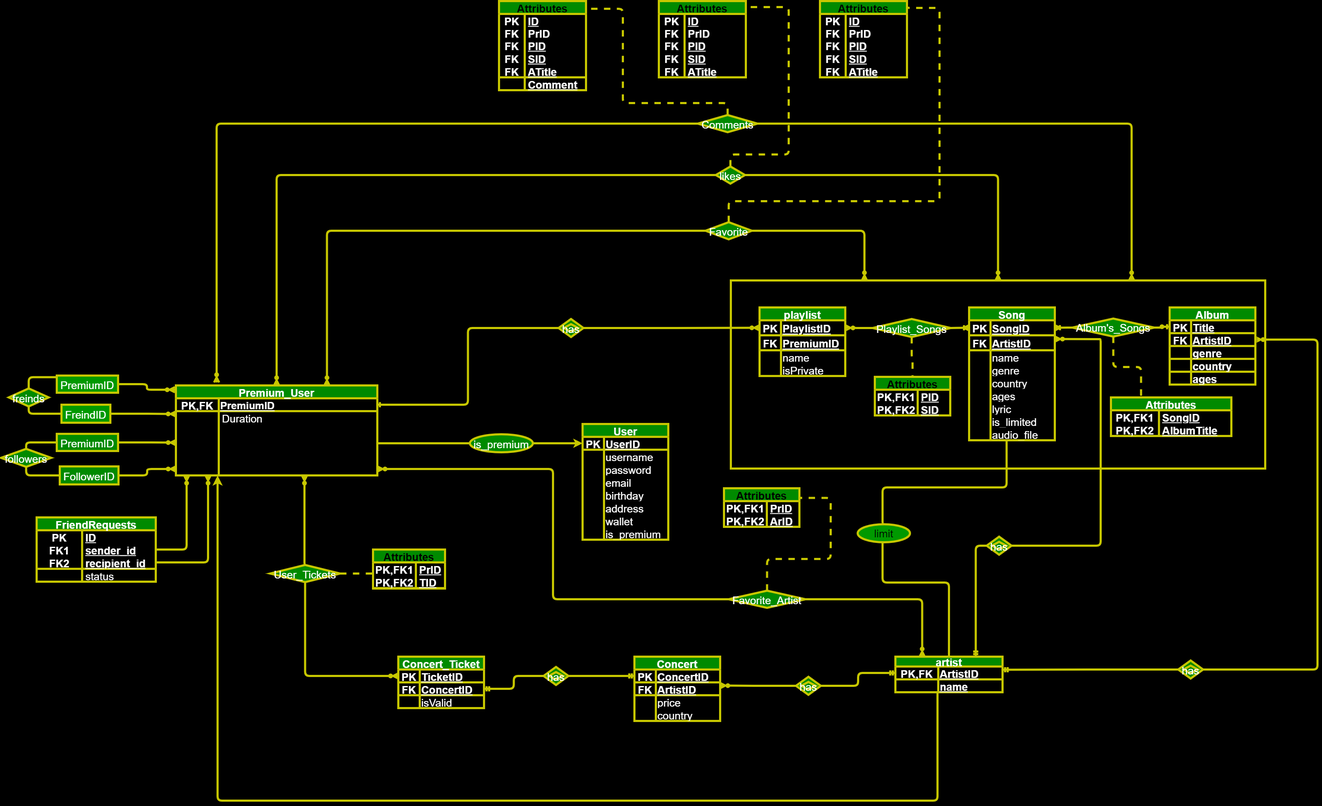
danialmd81/spotify keeps this draw.io diagram as ER/ER-diagram-spotify.png. Above is the earlier version. Source tidied: cells renumbered, new cells last; positions are measured from the earlier drawing's top-left corner, leaving out a move shared by most shapes.
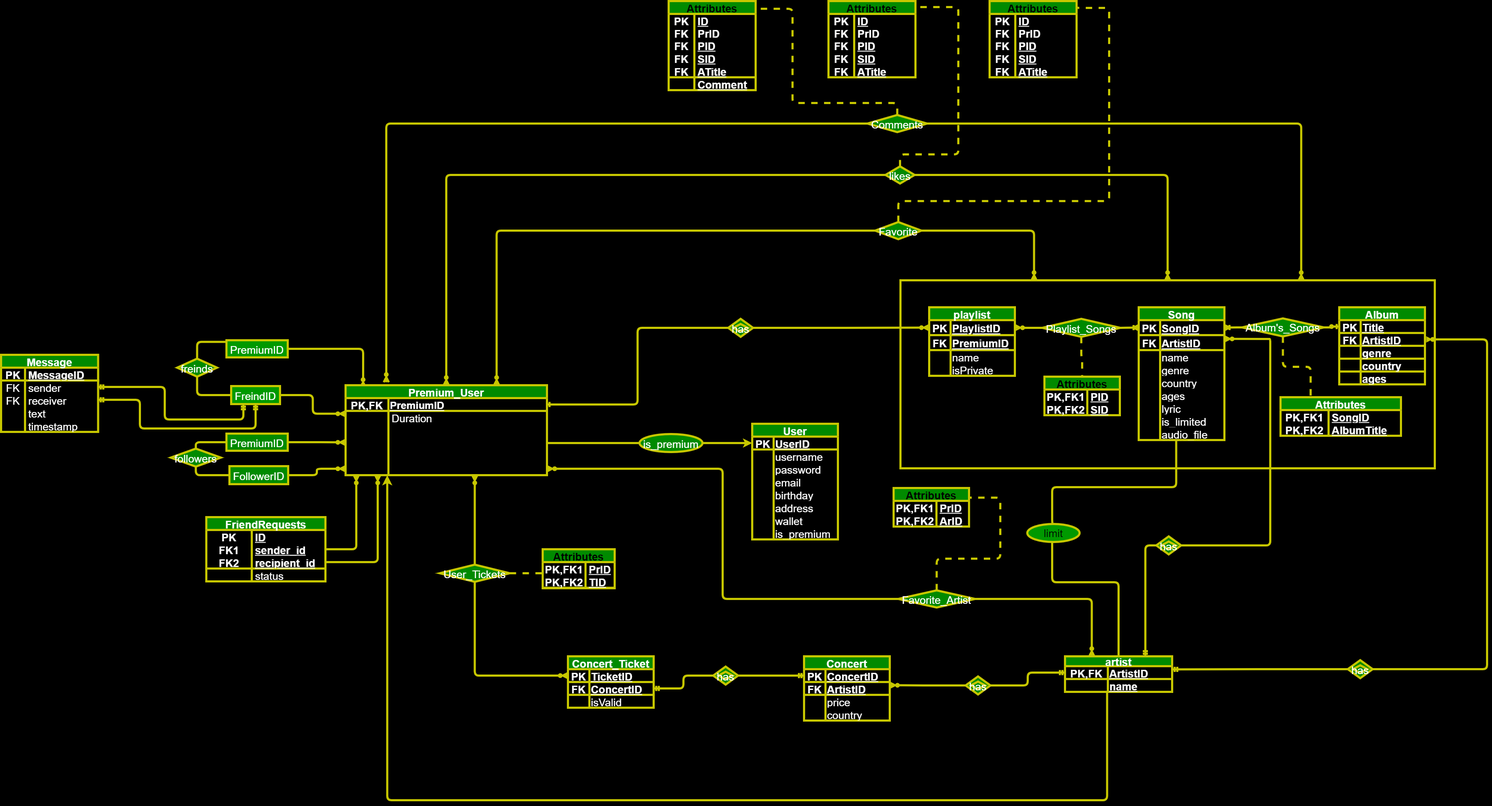
After the commit.

Commit message:
add message table

The edit, as a diff of the source:
```diff
@@ -81,12 +81,12 @@
       <mxGeometry x="50" width="150" height="30" as="geometry" />
     </mxCell>
     <mxCell id="28" value="freinds" style="rhombus;labelBackgroundColor=none;fillColor=#008a00;strokeColor=#C7C700;fontColor=#ffffff;rounded=0;strokeWidth=5;swimlaneLine=1;fixDash=0;snapToPoint=0;comic=0;enumerate=0;backgroundOutline=0;fontSize=25;labelBorderColor=none;direction=north;perimeterSpacing=0;swimlaneFillColor=#000000;spacingTop=0;spacingLeft=2;spacingRight=2;" parent="1" vertex="1">
-      <mxGeometry x="18" y="904" width="93" height="42" as="geometry" />
+      <mxGeometry x="15" y="835" width="93" height="42" as="geometry" />
     </mxCell>
     <mxCell id="29" style="endArrow=ERzeroToMany;labelBackgroundColor=none;strokeColor=#C7C700;fontColor=#FFFFFF;edgeStyle=orthogonalEdgeStyle;endFill=0;entryX=0;entryY=0.221;entryDx=0;entryDy=0;strokeWidth=5;swimlaneLine=1;fixDash=0;snapToPoint=0;comic=0;enumerate=0;backgroundOutline=0;fontSize=25;labelBorderColor=none;startArrow=none;rounded=1;spacingTop=0;spacingLeft=2;spacingRight=2;exitX=1;exitY=0.5;exitDx=0;exitDy=0;entryPerimeter=0;" parent="1" edge="1" source="155" target="162">
       <mxGeometry relative="1" as="geometry" />
     </mxCell>
-    <mxCell id="30" style="endArrow=ERzeroToMany;labelBackgroundColor=none;strokeColor=#C7C700;fontColor=#FFFFFF;endFill=0;exitX=1;exitY=0.5;exitDx=0;exitDy=0;entryX=-0.005;entryY=0.048;entryDx=0;entryDy=0;strokeWidth=5;swimlaneLine=1;fixDash=0;snapToPoint=0;comic=0;enumerate=0;backgroundOutline=0;fontSize=25;labelBorderColor=none;startArrow=none;rounded=1;spacingTop=0;spacingLeft=2;spacingRight=2;entryPerimeter=0;edgeStyle=orthogonalEdgeStyle;" parent="1" edge="1" source="157" target="158">
+    <mxCell id="30" style="endArrow=ERzeroToMany;labelBackgroundColor=none;strokeColor=#C7C700;fontColor=#FFFFFF;endFill=0;exitX=1;exitY=0.5;exitDx=0;exitDy=0;entryX=0.087;entryY=0.024;entryDx=0;entryDy=0;strokeWidth=5;swimlaneLine=1;fixDash=0;snapToPoint=0;comic=0;enumerate=0;backgroundOutline=0;fontSize=25;labelBorderColor=none;startArrow=none;rounded=1;spacingTop=0;spacingLeft=2;spacingRight=2;entryPerimeter=0;edgeStyle=orthogonalEdgeStyle;" parent="1" edge="1" source="157" target="158">
       <mxGeometry relative="1" as="geometry" />
     </mxCell>
     <mxCell id="31" value="followers" style="rhombus;labelBackgroundColor=none;fillColor=#008a00;strokeColor=#C7C700;fontColor=#ffffff;rounded=0;strokeWidth=5;swimlaneLine=1;fixDash=0;snapToPoint=0;comic=0;enumerate=0;backgroundOutline=0;fontSize=25;labelBorderColor=none;direction=south;perimeterSpacing=0;swimlaneFillColor=#000000;spacingTop=0;spacingLeft=2;spacingRight=2;" parent="1" vertex="1">
@@ -519,13 +519,13 @@
       <mxGeometry relative="1" as="geometry" />
     </mxCell>
     <mxCell id="155" value="FreindID" style="text;align=center;verticalAlign=middle;rounded=0;labelBackgroundColor=none;fontColor=#FFFFFF;fillColor=#009900;strokeColor=#C7C700;strokeWidth=5;swimlaneLine=1;fixDash=0;snapToPoint=0;comic=0;enumerate=0;backgroundOutline=0;fontSize=25;labelBorderColor=none;perimeterSpacing=0;swimlaneFillColor=#000000;spacingTop=0;spacingLeft=2;spacingRight=2;" parent="1" vertex="1">
-      <mxGeometry x="141" y="942" width="114" height="42" as="geometry" />
+      <mxGeometry x="141" y="899" width="114" height="42" as="geometry" />
     </mxCell>
     <mxCell id="156" style="endArrow=none;labelBackgroundColor=none;strokeColor=#C7C700;fontColor=#FFFFFF;edgeStyle=orthogonalEdgeStyle;endFill=0;exitX=1;exitY=0.5;exitDx=0;exitDy=0;entryX=0.001;entryY=0.096;entryDx=0;entryDy=0;entryPerimeter=0;strokeWidth=5;swimlaneLine=1;fixDash=0;snapToPoint=0;comic=0;enumerate=0;backgroundOutline=0;fontSize=25;labelBorderColor=none;rounded=1;spacingTop=0;spacingLeft=2;spacingRight=2;" parent="1" edge="1" source="28" target="157">
       <mxGeometry relative="1" as="geometry" />
     </mxCell>
     <mxCell id="157" value="PremiumID" style="text;align=center;verticalAlign=middle;rounded=0;labelBackgroundColor=none;fontColor=#FFFFFF;fillColor=#009900;strokeColor=#C7C700;strokeWidth=5;swimlaneLine=1;fixDash=0;snapToPoint=0;comic=0;enumerate=0;backgroundOutline=0;fontSize=25;labelBorderColor=none;perimeterSpacing=0;swimlaneFillColor=#000000;spacingTop=0;spacingLeft=2;spacingRight=2;" parent="1" vertex="1">
-      <mxGeometry x="130" y="874" width="143" height="40" as="geometry" />
+      <mxGeometry x="130" y="792" width="143" height="40" as="geometry" />
     </mxCell>
     <mxCell id="158" value="Premium_User" style="shape=table;startSize=30;rowLines=0;fontStyle=1;align=center;rounded=0;labelBackgroundColor=none;labelBorderColor=none;comic=0;strokeColor=#C7C700;strokeWidth=5;fontFamily=Helvetica;fontSize=25;fontColor=#ffffff;fillColor=#008a00;spacingTop=0;spacingLeft=2;spacingRight=2;" parent="1" vertex="1">
       <mxGeometry x="408" y="897" width="470" height="210" as="geometry" />
@@ -934,5 +934,71 @@
     <mxCell id="291" style="endArrow=ERzeroToMany;labelBackgroundColor=none;strokeColor=#C7C700;fontColor=#FFFFFF;endFill=0;strokeWidth=5;swimlaneLine=1;fixDash=0;snapToPoint=0;comic=0;enumerate=0;backgroundOutline=0;fontSize=25;labelBorderColor=none;startArrow=none;rounded=1;spacingTop=0;spacingLeft=2;spacingRight=2;edgeStyle=orthogonalEdgeStyle;exitX=1;exitY=0.5;exitDx=0;exitDy=0;entryX=0.75;entryY=1;entryDx=0;entryDy=0;" parent="1" edge="1" source="284" target="175">
       <mxGeometry relative="1" as="geometry" />
     </mxCell>
+    <mxCell id="292" value="Message" style="shape=table;startSize=30;rowLines=0;fontStyle=1;align=center;rounded=0;labelBackgroundColor=none;labelBorderColor=none;comic=0;strokeColor=#C7C700;strokeWidth=5;fontFamily=Helvetica;fontSize=25;fontColor=#ffffff;fillColor=#008a00;" parent="1" vertex="1">
+      <mxGeometry x="-396" y="826" width="226.6" height="180" as="geometry" />
+    </mxCell>
+    <mxCell id="293" style="shape=tableRow;horizontal=0;startSize=0;swimlaneHead=0;swimlaneBody=0;fillColor=none;top=0;left=0;right=0;bottom=1;rounded=0;labelBackgroundColor=none;labelBorderColor=none;comic=0;strokeColor=#C7C700;strokeWidth=5;fontFamily=Helvetica;fontSize=25;fontColor=#ffffff;" parent="292" vertex="1">
+      <mxGeometry y="30" width="226.6" height="30" as="geometry" />
+    </mxCell>
+    <mxCell id="294" value="PK" style="shape=partialRectangle;fillColor=none;top=0;left=0;bottom=0;right=0;fontStyle=1;overflow=hidden;rounded=0;labelBackgroundColor=none;labelBorderColor=none;comic=0;strokeColor=#C7C700;strokeWidth=5;fontFamily=Helvetica;fontSize=25;fontColor=#ffffff;startSize=30;" parent="293" vertex="1">
+      <mxGeometry width="55.9" height="30" as="geometry" />
+    </mxCell>
+    <mxCell id="295" value="MessageID" style="shape=partialRectangle;fillColor=none;top=0;left=0;bottom=0;right=0;align=left;spacingLeft=6;fontStyle=5;overflow=hidden;rounded=0;labelBackgroundColor=none;labelBorderColor=none;comic=0;strokeColor=#C7C700;strokeWidth=5;fontFamily=Helvetica;fontSize=25;fontColor=#ffffff;startSize=30;" parent="293" vertex="1">
+      <mxGeometry x="55.9" width="170.7" height="30" as="geometry" />
+    </mxCell>
+    <mxCell id="296" style="shape=tableRow;horizontal=0;startSize=0;swimlaneHead=0;swimlaneBody=0;fillColor=none;points=[[0,0.5],[1,0.5]];portConstraint=eastwest;top=0;left=0;right=0;bottom=0;rounded=0;labelBackgroundColor=none;labelBorderColor=none;comic=0;strokeColor=#C7C700;strokeWidth=5;fontFamily=Helvetica;fontSize=25;fontColor=#ffffff;" parent="292" vertex="1">
+      <mxGeometry y="60" width="226.6" height="30" as="geometry" />
+    </mxCell>
+    <mxCell id="297" value="FK" style="shape=partialRectangle;fillColor=none;top=0;left=0;bottom=0;right=0;overflow=hidden;rounded=0;labelBackgroundColor=none;labelBorderColor=none;comic=0;strokeColor=#C7C700;strokeWidth=5;fontFamily=Helvetica;fontSize=25;fontColor=#ffffff;startSize=30;" parent="296" vertex="1">
+      <mxGeometry width="55.9" height="30" as="geometry" />
+    </mxCell>
+    <mxCell id="298" value="sender" style="shape=partialRectangle;fillColor=none;top=0;left=0;bottom=0;right=0;align=left;spacingLeft=6;overflow=hidden;rounded=0;labelBackgroundColor=none;labelBorderColor=none;comic=0;strokeColor=#C7C700;strokeWidth=5;fontFamily=Helvetica;fontSize=25;fontColor=#ffffff;startSize=30;" parent="296" vertex="1">
+      <mxGeometry x="55.9" width="170.7" height="30" as="geometry" />
+    </mxCell>
+    <mxCell id="299" style="shape=tableRow;horizontal=0;startSize=0;swimlaneHead=0;swimlaneBody=0;fillColor=none;points=[[0,0.5],[1,0.5]];portConstraint=eastwest;top=0;left=0;right=0;bottom=0;rounded=0;labelBackgroundColor=none;labelBorderColor=none;comic=0;strokeColor=#C7C700;strokeWidth=5;fontFamily=Helvetica;fontSize=25;fontColor=#ffffff;" parent="292" vertex="1">
+      <mxGeometry y="90" width="226.6" height="30" as="geometry" />
+    </mxCell>
+    <mxCell id="300" value="FK" style="shape=partialRectangle;fillColor=none;top=0;left=0;bottom=0;right=0;overflow=hidden;rounded=0;labelBackgroundColor=none;labelBorderColor=none;comic=0;strokeColor=#C7C700;strokeWidth=5;fontFamily=Helvetica;fontSize=25;fontColor=#ffffff;startSize=30;" parent="299" vertex="1">
+      <mxGeometry width="55.9" height="30" as="geometry" />
+    </mxCell>
+    <mxCell id="301" value="receiver" style="shape=partialRectangle;fillColor=none;top=0;left=0;bottom=0;right=0;align=left;spacingLeft=6;overflow=hidden;rounded=0;labelBackgroundColor=none;labelBorderColor=none;comic=0;strokeColor=#C7C700;strokeWidth=5;fontFamily=Helvetica;fontSize=25;fontColor=#ffffff;startSize=30;" parent="299" vertex="1">
+      <mxGeometry x="55.9" width="170.7" height="30" as="geometry" />
+    </mxCell>
+    <mxCell id="302" style="shape=tableRow;horizontal=0;startSize=0;swimlaneHead=0;swimlaneBody=0;fillColor=none;top=0;left=0;right=0;bottom=0;rounded=0;labelBackgroundColor=none;labelBorderColor=none;comic=0;strokeColor=#C7C700;strokeWidth=5;fontFamily=Helvetica;fontSize=25;fontColor=#ffffff;" parent="292" vertex="1">
+      <mxGeometry y="120" width="226.6" height="30" as="geometry" />
+    </mxCell>
+    <mxCell id="303" style="shape=partialRectangle;fillColor=none;top=0;left=0;bottom=0;right=0;overflow=hidden;rounded=0;labelBackgroundColor=none;labelBorderColor=none;comic=0;strokeColor=#C7C700;strokeWidth=5;fontFamily=Helvetica;fontSize=25;fontColor=#ffffff;startSize=30;" parent="302" vertex="1">
+      <mxGeometry width="55.9" height="30" as="geometry" />
+    </mxCell>
+    <mxCell id="304" value="text" style="shape=partialRectangle;fillColor=none;top=0;left=0;bottom=0;right=0;align=left;spacingLeft=6;overflow=hidden;rounded=0;labelBackgroundColor=none;labelBorderColor=none;comic=0;strokeColor=#C7C700;strokeWidth=5;fontFamily=Helvetica;fontSize=25;fontColor=#ffffff;startSize=30;" parent="302" vertex="1">
+      <mxGeometry x="55.9" width="170.7" height="30" as="geometry" />
+    </mxCell>
+    <mxCell id="305" style="shape=tableRow;horizontal=0;startSize=0;swimlaneHead=0;swimlaneBody=0;fillColor=none;top=0;left=0;right=0;bottom=0;rounded=0;labelBackgroundColor=none;labelBorderColor=none;comic=0;strokeColor=#C7C700;strokeWidth=5;fontFamily=Helvetica;fontSize=25;fontColor=#ffffff;" parent="292" vertex="1">
+      <mxGeometry y="150" width="226.6" height="30" as="geometry" />
+    </mxCell>
+    <mxCell id="306" style="shape=partialRectangle;fillColor=none;top=0;left=0;bottom=0;right=0;overflow=hidden;rounded=0;labelBackgroundColor=none;labelBorderColor=none;comic=0;strokeColor=#C7C700;strokeWidth=5;fontFamily=Helvetica;fontSize=25;fontColor=#ffffff;startSize=30;" parent="305" vertex="1">
+      <mxGeometry width="55.9" height="30" as="geometry" />
+    </mxCell>
+    <mxCell id="307" value="timestamp" style="shape=partialRectangle;fillColor=none;top=0;left=0;bottom=0;right=0;align=left;spacingLeft=6;overflow=hidden;rounded=0;labelBackgroundColor=none;labelBorderColor=none;comic=0;strokeColor=#C7C700;strokeWidth=5;fontFamily=Helvetica;fontSize=25;fontColor=#ffffff;startSize=30;" parent="305" vertex="1">
+      <mxGeometry x="55.9" width="170.7" height="30" as="geometry" />
+    </mxCell>
+    <mxCell id="308" style="edgeStyle=orthogonalEdgeStyle;fontSize=12;html=1;endArrow=ERmandOne;startArrow=ERmandOne;rounded=1;labelBackgroundColor=none;labelBorderColor=none;comic=0;strokeColor=#C7C700;strokeWidth=5;fontFamily=Helvetica;fontColor=#FFFFFF;shape=connector;entryX=0.25;entryY=1;entryDx=0;entryDy=0;exitX=1;exitY=0.5;exitDx=0;exitDy=0;" parent="1" edge="1" source="296" target="155">
+      <mxGeometry relative="1" as="geometry">
+        <Array as="points">
+          <mxPoint x="-14" y="901" />
+          <mxPoint x="-14" y="977" />
+          <mxPoint x="170" y="977" />
+        </Array>
+      </mxGeometry>
+    </mxCell>
+    <mxCell id="309" style="edgeStyle=orthogonalEdgeStyle;fontSize=12;html=1;endArrow=ERmandOne;startArrow=ERmandOne;rounded=1;labelBackgroundColor=none;labelBorderColor=none;comic=0;strokeColor=#C7C700;strokeWidth=5;fontFamily=Helvetica;fontColor=#FFFFFF;shape=connector;entryX=0.5;entryY=1;entryDx=0;entryDy=0;exitX=1;exitY=0.5;exitDx=0;exitDy=0;" parent="1" edge="1" source="299" target="155">
+      <mxGeometry relative="1" as="geometry">
+        <Array as="points">
+          <mxPoint x="-72" y="931" />
+          <mxPoint x="-72" y="998" />
+          <mxPoint x="198" y="998" />
+        </Array>
+      </mxGeometry>
+    </mxCell>
   </root>
 </mxGraphModel>
```
